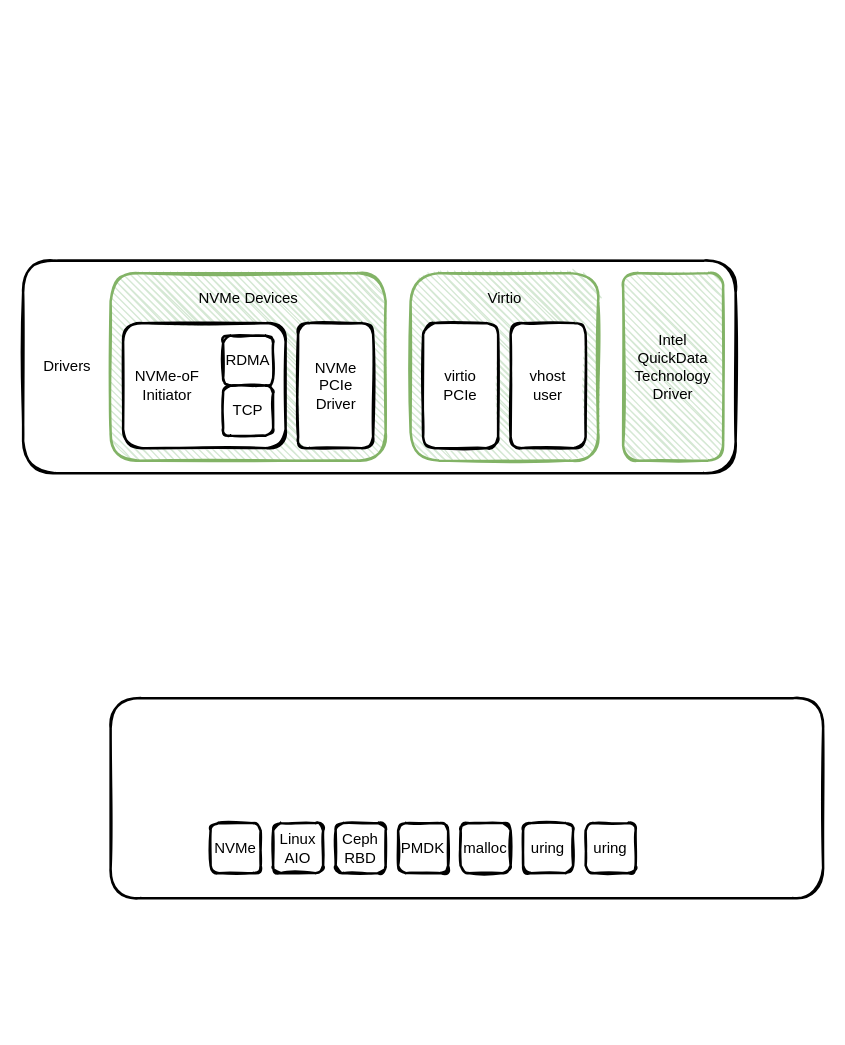
Earlier version of the draw.io diagram page "spdk" (1 of 6) of spdk/spdk.drawio (EarthWind/deeparch). Source tidied: cells renumbered, new cells numbered last; positions are measured from the earlier drawing's top-left corner, leaving out a move shared by most shapes. Both pictures are drawn from the tidied source at 125%, with x=0, y=0 at pixel (22, 260).
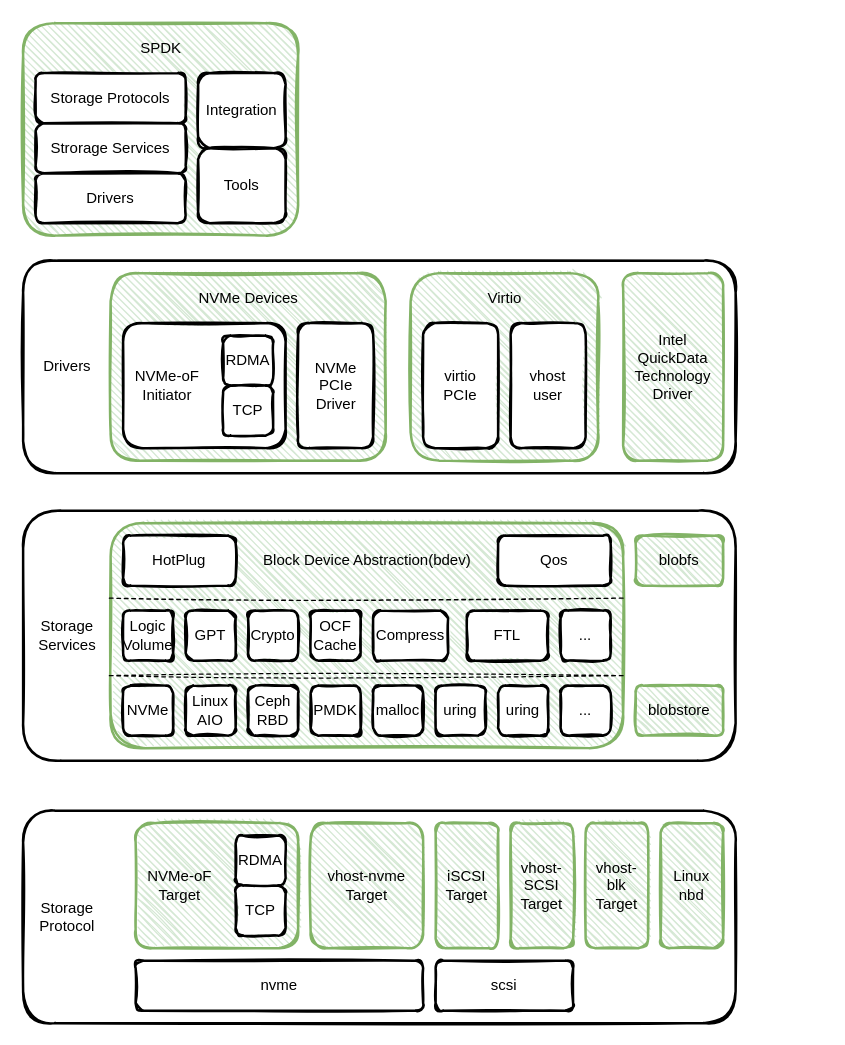
The same diagram, later.

The edit, as a diff of the source:
```diff
@@
+    <mxCell id="25" style="rounded=1;whiteSpace=wrap;html=1;strokeWidth=2;fillWeight=1;hachureGap=4;hachureAngle=45;sketch=1;fillColor=#d5e8d4;strokeColor=#82b366;" parent="1" vertex="1">
+      <mxGeometry y="-190" width="220" height="170" as="geometry" />
+    </mxCell>
@@
     <mxCell id="5" style="rounded=1;whiteSpace=wrap;html=1;strokeWidth=2;fillWeight=4;hachureGap=8;hachureAngle=45;sketch=1;fillColor=#FFFFFF;" parent="1" vertex="1">
-      <mxGeometry x="70" y="350" width="570" height="160" as="geometry" />
+      <mxGeometry y="200" width="570" height="200" as="geometry" />
     </mxCell>
@@
+    <mxCell id="26" value="Drivers" style="rounded=1;whiteSpace=wrap;html=1;strokeWidth=2;fillWeight=4;hachureGap=8;hachureAngle=45;sketch=1;fillColor=#FFFFFF;" parent="1" vertex="1">
+      <mxGeometry x="10" y="-70" width="120" height="40" as="geometry" />
+    </mxCell>
+    <mxCell id="27" value="Strorage Services" style="rounded=1;whiteSpace=wrap;html=1;strokeWidth=2;fillWeight=4;hachureGap=8;hachureAngle=45;sketch=1;fillColor=#FFFFFF;" parent="1" vertex="1">
+      <mxGeometry x="10" y="-110" width="120" height="40" as="geometry" />
+    </mxCell>
+    <mxCell id="28" value="Storage Protocols" style="rounded=1;whiteSpace=wrap;html=1;strokeWidth=2;fillWeight=4;hachureGap=8;hachureAngle=45;sketch=1;fillColor=#FFFFFF;" parent="1" vertex="1">
+      <mxGeometry x="10" y="-150" width="120" height="40" as="geometry" />
+    </mxCell>
+    <mxCell id="29" value="Tools" style="rounded=1;whiteSpace=wrap;html=1;strokeWidth=2;fillWeight=4;hachureGap=8;hachureAngle=45;sketch=1;fillColor=#FFFFFF;" parent="1" vertex="1">
+      <mxGeometry x="140" y="-90" width="70" height="60" as="geometry" />
+    </mxCell>
+    <mxCell id="30" value="Integration" style="rounded=1;whiteSpace=wrap;html=1;strokeWidth=2;fillWeight=4;hachureGap=8;hachureAngle=45;sketch=1;fillColor=#FFFFFF;" parent="1" vertex="1">
+      <mxGeometry x="140" y="-150" width="70" height="60" as="geometry" />
+    </mxCell>
+    <mxCell id="31" value="SPDK" style="text;html=1;align=center;verticalAlign=middle;strokeColor=none;" parent="1" vertex="1">
+      <mxGeometry x="85" y="-180" width="50" height="20" as="geometry" />
+    </mxCell>
+    <mxCell id="32" style="rounded=1;whiteSpace=wrap;html=1;strokeWidth=2;fillWeight=1;hachureGap=4;hachureAngle=45;sketch=1;fillColor=#d5e8d4;strokeColor=#82b366;" parent="1" vertex="1">
+      <mxGeometry x="70" y="210" width="410" height="180" as="geometry" />
+    </mxCell>
     <mxCell id="18" value="NVMe" style="rounded=1;whiteSpace=wrap;html=1;strokeWidth=2;fillWeight=4;hachureGap=8;hachureAngle=45;sketch=1;fillColor=#FFFFFF;" parent="1" vertex="1">
-      <mxGeometry x="150" y="450" width="40" height="40" as="geometry" />
+      <mxGeometry x="80" y="340" width="40" height="40" as="geometry" />
     </mxCell>
     <mxCell id="19" value="Linux&lt;br&gt;AIO" style="rounded=1;whiteSpace=wrap;html=1;strokeWidth=2;fillWeight=4;hachureGap=8;hachureAngle=45;sketch=1;fillColor=#FFFFFF;" parent="1" vertex="1">
-      <mxGeometry x="200" y="450" width="40" height="40" as="geometry" />
+      <mxGeometry x="130" y="340" width="40" height="40" as="geometry" />
     </mxCell>
     <mxCell id="20" value="Ceph&lt;br&gt;RBD" style="rounded=1;whiteSpace=wrap;html=1;strokeWidth=2;fillWeight=4;hachureGap=8;hachureAngle=45;sketch=1;fillColor=#FFFFFF;" parent="1" vertex="1">
-      <mxGeometry x="250" y="450" width="40" height="40" as="geometry" />
+      <mxGeometry x="180" y="340" width="40" height="40" as="geometry" />
     </mxCell>
     <mxCell id="21" value="PMDK" style="rounded=1;whiteSpace=wrap;html=1;strokeWidth=2;fillWeight=4;hachureGap=8;hachureAngle=45;sketch=1;fillColor=#FFFFFF;" parent="1" vertex="1">
-      <mxGeometry x="300" y="450" width="40" height="40" as="geometry" />
+      <mxGeometry x="230" y="340" width="40" height="40" as="geometry" />
     </mxCell>
     <mxCell id="22" value="malloc" style="rounded=1;whiteSpace=wrap;html=1;strokeWidth=2;fillWeight=4;hachureGap=8;hachureAngle=45;sketch=1;fillColor=#FFFFFF;" parent="1" vertex="1">
-      <mxGeometry x="350" y="450" width="40" height="40" as="geometry" />
+      <mxGeometry x="280" y="340" width="40" height="40" as="geometry" />
     </mxCell>
     <mxCell id="23" value="uring" style="rounded=1;whiteSpace=wrap;html=1;strokeWidth=2;fillWeight=4;hachureGap=8;hachureAngle=45;sketch=1;fillColor=#FFFFFF;" parent="1" vertex="1">
-      <mxGeometry x="400" y="450" width="40" height="40" as="geometry" />
+      <mxGeometry x="330" y="340" width="40" height="40" as="geometry" />
     </mxCell>
     <mxCell id="24" value="uring" style="rounded=1;whiteSpace=wrap;html=1;strokeWidth=2;fillWeight=4;hachureGap=8;hachureAngle=45;sketch=1;fillColor=#FFFFFF;" parent="1" vertex="1">
-      <mxGeometry x="450" y="450" width="40" height="40" as="geometry" />
+      <mxGeometry x="380" y="340" width="40" height="40" as="geometry" />
     </mxCell>
+    <mxCell id="33" value="..." style="rounded=1;whiteSpace=wrap;html=1;strokeWidth=2;fillWeight=4;hachureGap=8;hachureAngle=45;sketch=1;fillColor=#FFFFFF;" parent="1" vertex="1">
+      <mxGeometry x="430" y="340" width="40" height="40" as="geometry" />
+    </mxCell>
+    <mxCell id="34" value="blobfs" style="rounded=1;whiteSpace=wrap;html=1;strokeWidth=2;fillWeight=1;hachureGap=4;hachureAngle=45;sketch=1;fillColor=#d5e8d4;strokeColor=#82b366;" parent="1" vertex="1">
+      <mxGeometry x="490" y="220" width="70" height="40" as="geometry" />
+    </mxCell>
+    <mxCell id="35" value="blobstore" style="rounded=1;whiteSpace=wrap;html=1;strokeWidth=2;fillWeight=1;hachureGap=4;hachureAngle=45;sketch=1;fillColor=#d5e8d4;strokeColor=#82b366;" parent="1" vertex="1">
+      <mxGeometry x="490" y="340" width="70" height="40" as="geometry" />
+    </mxCell>
+    <mxCell id="36" style="endArrow=none;dashed=1;html=1;sketch=1;" parent="1" edge="1">
+      <mxGeometry relative="1" as="geometry">
+        <mxPoint x="69" y="332" as="sourcePoint" />
+        <mxPoint x="480" y="332" as="targetPoint" />
+      </mxGeometry>
+    </mxCell>
+    <mxCell id="37" value="Logic&lt;br&gt;Volume" style="rounded=1;whiteSpace=wrap;html=1;strokeWidth=2;fillWeight=4;hachureGap=8;hachureAngle=45;sketch=1;fillColor=#FFFFFF;" parent="1" vertex="1">
+      <mxGeometry x="80" y="280" width="40" height="40" as="geometry" />
+    </mxCell>
+    <mxCell id="38" value="GPT" style="rounded=1;whiteSpace=wrap;html=1;strokeWidth=2;fillWeight=4;hachureGap=8;hachureAngle=45;sketch=1;fillColor=#FFFFFF;" parent="1" vertex="1">
+      <mxGeometry x="130" y="280" width="40" height="40" as="geometry" />
+    </mxCell>
+    <mxCell id="39" value="Crypto" style="rounded=1;whiteSpace=wrap;html=1;strokeWidth=2;fillWeight=4;hachureGap=8;hachureAngle=45;sketch=1;fillColor=#FFFFFF;" parent="1" vertex="1">
+      <mxGeometry x="180" y="280" width="40" height="40" as="geometry" />
+    </mxCell>
+    <mxCell id="40" value="OCF&lt;br&gt;Cache" style="rounded=1;whiteSpace=wrap;html=1;strokeWidth=2;fillWeight=4;hachureGap=8;hachureAngle=45;sketch=1;fillColor=#FFFFFF;" parent="1" vertex="1">
+      <mxGeometry x="230" y="280" width="40" height="40" as="geometry" />
+    </mxCell>
+    <mxCell id="41" value="Compress" style="rounded=1;whiteSpace=wrap;html=1;strokeWidth=2;fillWeight=4;hachureGap=8;hachureAngle=45;sketch=1;fillColor=#FFFFFF;" parent="1" vertex="1">
+      <mxGeometry x="280" y="280" width="60" height="40" as="geometry" />
+    </mxCell>
+    <mxCell id="42" value="FTL" style="rounded=1;whiteSpace=wrap;html=1;strokeWidth=2;fillWeight=4;hachureGap=8;hachureAngle=45;sketch=1;fillColor=#FFFFFF;" parent="1" vertex="1">
+      <mxGeometry x="355" y="280" width="65" height="40" as="geometry" />
+    </mxCell>
+    <mxCell id="43" value="..." style="rounded=1;whiteSpace=wrap;html=1;strokeWidth=2;fillWeight=4;hachureGap=8;hachureAngle=45;sketch=1;fillColor=#FFFFFF;" parent="1" vertex="1">
+      <mxGeometry x="430" y="280" width="40" height="40" as="geometry" />
+    </mxCell>
+    <mxCell id="44" value="HotPlug" style="rounded=1;whiteSpace=wrap;html=1;strokeWidth=2;fillWeight=4;hachureGap=8;hachureAngle=45;sketch=1;fillColor=#FFFFFF;" parent="1" vertex="1">
+      <mxGeometry x="80" y="220" width="90" height="40" as="geometry" />
+    </mxCell>
+    <mxCell id="45" style="endArrow=none;dashed=1;html=1;sketch=1;" parent="1" edge="1">
+      <mxGeometry relative="1" as="geometry">
+        <mxPoint x="69" y="270" as="sourcePoint" />
+        <mxPoint x="480" y="270" as="targetPoint" />
+      </mxGeometry>
+    </mxCell>
+    <mxCell id="46" value="Qos" style="rounded=1;whiteSpace=wrap;html=1;strokeWidth=2;fillWeight=4;hachureGap=8;hachureAngle=45;sketch=1;fillColor=#FFFFFF;" parent="1" vertex="1">
+      <mxGeometry x="380" y="220" width="90" height="40" as="geometry" />
+    </mxCell>
+    <mxCell id="47" value="Block Device Abstraction(bdev)" style="text;html=1;align=center;verticalAlign=middle;strokeColor=none;" parent="1" vertex="1">
+      <mxGeometry x="185" y="230" width="180" height="20" as="geometry" />
+    </mxCell>
+    <mxCell id="48" value="Storage&lt;br&gt;Services" style="text;html=1;align=center;verticalAlign=middle;strokeColor=none;" parent="1" vertex="1">
+      <mxGeometry x="5" y="285" width="60" height="30" as="geometry" />
+    </mxCell>
+    <mxCell id="49" style="rounded=1;whiteSpace=wrap;html=1;strokeWidth=2;fillWeight=4;hachureGap=8;hachureAngle=45;sketch=1;fillColor=#FFFFFF;" parent="1" vertex="1">
+      <mxGeometry y="440" width="570" height="170" as="geometry" />
+    </mxCell>
+    <mxCell id="50" style="rounded=1;whiteSpace=wrap;html=1;strokeWidth=2;fillWeight=1;hachureGap=4;hachureAngle=45;sketch=1;fillColor=#d5e8d4;strokeColor=#82b366;" parent="1" vertex="1">
+      <mxGeometry x="90" y="450" width="130" height="100" as="geometry" />
+    </mxCell>
+    <mxCell id="51" value="RDMA" style="rounded=1;whiteSpace=wrap;html=1;strokeWidth=2;fillWeight=4;hachureGap=8;hachureAngle=45;sketch=1;fillColor=#FFFFFF;" parent="1" vertex="1">
+      <mxGeometry x="170" y="460" width="40" height="40" as="geometry" />
+    </mxCell>
+    <mxCell id="52" value="TCP" style="rounded=1;whiteSpace=wrap;html=1;strokeWidth=2;fillWeight=4;hachureGap=8;hachureAngle=45;sketch=1;fillColor=#FFFFFF;" parent="1" vertex="1">
+      <mxGeometry x="170" y="500" width="40" height="40" as="geometry" />
+    </mxCell>
+    <mxCell id="53" value="NVMe-oF&lt;br&gt;Target" style="text;html=1;align=center;verticalAlign=middle;strokeColor=none;" parent="1" vertex="1">
+      <mxGeometry x="90" y="485" width="70" height="30" as="geometry" />
+    </mxCell>
+    <mxCell id="54" value="vhost-nvme&lt;br&gt;Target" style="rounded=1;whiteSpace=wrap;html=1;strokeWidth=2;fillWeight=1;hachureGap=4;hachureAngle=45;sketch=1;fillColor=#d5e8d4;strokeColor=#82b366;" parent="1" vertex="1">
+      <mxGeometry x="230" y="450" width="90" height="100" as="geometry" />
+    </mxCell>
+    <mxCell id="55" value="nvme" style="rounded=1;whiteSpace=wrap;html=1;strokeWidth=2;fillWeight=4;hachureGap=8;hachureAngle=45;sketch=1;fillColor=#FFFFFF;" parent="1" vertex="1">
+      <mxGeometry x="90" y="560" width="230" height="40" as="geometry" />
+    </mxCell>
+    <mxCell id="56" value="scsi" style="rounded=1;whiteSpace=wrap;html=1;strokeWidth=2;fillWeight=4;hachureGap=8;hachureAngle=45;sketch=1;fillColor=#FFFFFF;" parent="1" vertex="1">
+      <mxGeometry x="330" y="560" width="110" height="40" as="geometry" />
+    </mxCell>
+    <mxCell id="57" value="iSCSI&lt;br&gt;Target" style="rounded=1;whiteSpace=wrap;html=1;strokeWidth=2;fillWeight=1;hachureGap=4;hachureAngle=45;sketch=1;fillColor=#d5e8d4;strokeColor=#82b366;" parent="1" vertex="1">
+      <mxGeometry x="330" y="450" width="50" height="100" as="geometry" />
+    </mxCell>
+    <mxCell id="58" value="vhost-SCSI&lt;br&gt;Target" style="rounded=1;whiteSpace=wrap;html=1;strokeWidth=2;fillWeight=1;hachureGap=4;hachureAngle=45;sketch=1;fillColor=#d5e8d4;strokeColor=#82b366;" parent="1" vertex="1">
+      <mxGeometry x="390" y="450" width="50" height="100" as="geometry" />
+    </mxCell>
+    <mxCell id="59" value="vhost-blk&lt;br&gt;Target" style="rounded=1;whiteSpace=wrap;html=1;strokeWidth=2;fillWeight=1;hachureGap=4;hachureAngle=45;sketch=1;fillColor=#d5e8d4;strokeColor=#82b366;" parent="1" vertex="1">
+      <mxGeometry x="450" y="450" width="50" height="100" as="geometry" />
+    </mxCell>
+    <mxCell id="60" value="Linux&lt;br&gt;nbd" style="rounded=1;whiteSpace=wrap;html=1;strokeWidth=2;fillWeight=1;hachureGap=4;hachureAngle=45;sketch=1;fillColor=#d5e8d4;strokeColor=#82b366;" parent="1" vertex="1">
+      <mxGeometry x="510" y="450" width="50" height="100" as="geometry" />
+    </mxCell>
+    <mxCell id="61" value="Storage&lt;br&gt;Protocol" style="text;html=1;align=center;verticalAlign=middle;strokeColor=none;" parent="1" vertex="1">
+      <mxGeometry x="5" y="510" width="60" height="30" as="geometry" />
+    </mxCell>
```
